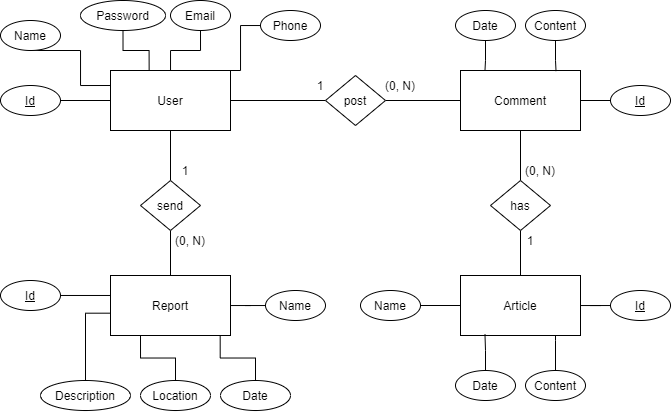
guilhermewerner/ti2 keeps this draw.io diagram as Documentation/DER-Sprint-2.png. Above is the earlier version. Source tidied: cells renumbered, new cells last; positions are measured from the earlier drawing's top-left corner, leaving out a move shared by most shapes.
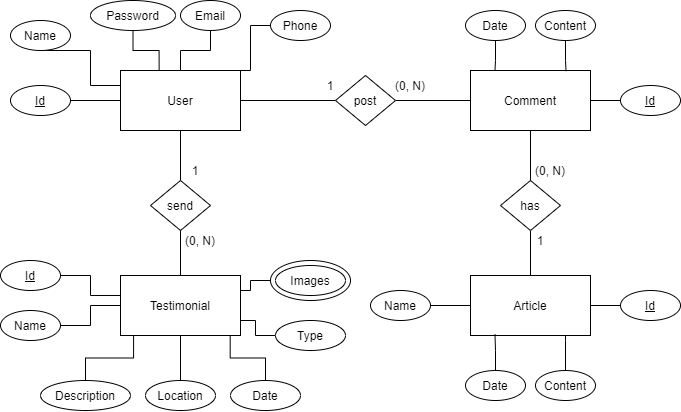
Later version of the same file.

Change to the diagram source:
```diff
@@ -2,13 +2,19 @@
   <root>
     <mxCell id="0" />
     <mxCell id="1" parent="0" />
+    <mxCell id="55" style="edgeStyle=orthogonalEdgeStyle;rounded=0;jettySize=auto;html=1;endArrow=none;endFill=0;entryX=1;entryY=0.25;entryDx=0;entryDy=0;" parent="1" edge="1" source="56" target="4">
+      <mxGeometry relative="1" as="geometry" />
+    </mxCell>
+    <mxCell id="56" style="ellipse;whiteSpace=wrap;html=1;" parent="1" vertex="1">
+      <mxGeometry x="260" y="260" width="80" height="40" as="geometry" />
+    </mxCell>
     <mxCell id="2" value="User" style="rounded=0;whiteSpace=wrap;html=1;" parent="1" vertex="1">
       <mxGeometry x="110" y="70" width="120" height="60" as="geometry" />
     </mxCell>
     <mxCell id="3" value="Comment" style="rounded=0;whiteSpace=wrap;html=1;" parent="1" vertex="1">
       <mxGeometry x="460" y="70" width="120" height="60" as="geometry" />
     </mxCell>
-    <mxCell id="4" value="Report" style="rounded=0;whiteSpace=wrap;html=1;" parent="1" vertex="1">
+    <mxCell id="4" value="Testimonial" style="rounded=0;whiteSpace=wrap;html=1;" parent="1" vertex="1">
       <mxGeometry x="110" y="275" width="120" height="60" as="geometry" />
     </mxCell>
     <mxCell id="5" style="edgeStyle=orthogonalEdgeStyle;rounded=0;jettySize=auto;html=1;entryX=0.5;entryY=1;entryDx=0;entryDy=0;endArrow=none;endFill=0;" parent="1" edge="1" source="6" target="30">
@@ -68,7 +74,7 @@
       <mxGeometry relative="1" as="geometry" />
     </mxCell>
     <mxCell id="20" value="&lt;u&gt;Id&lt;/u&gt;" style="ellipse;whiteSpace=wrap;html=1;" parent="1" vertex="1">
-      <mxGeometry y="280" width="60" height="30" as="geometry" />
+      <mxGeometry x="-10" y="260" width="60" height="30" as="geometry" />
     </mxCell>
     <mxCell id="21" style="edgeStyle=orthogonalEdgeStyle;rounded=0;jettySize=auto;html=1;endArrow=none;endFill=0;" parent="1" edge="1" source="22" target="6">
       <mxGeometry relative="1" as="geometry" />
@@ -141,19 +147,19 @@
       <mxGeometry relative="1" as="geometry" />
     </mxCell>
     <mxCell id="42" value="Name" style="ellipse;whiteSpace=wrap;html=1;" parent="1" vertex="1">
-      <mxGeometry x="265" y="290" width="60" height="30" as="geometry" />
+      <mxGeometry x="-10" y="310" width="60" height="30" as="geometry" />
     </mxCell>
-    <mxCell id="43" style="edgeStyle=orthogonalEdgeStyle;rounded=0;jettySize=auto;html=1;entryX=0;entryY=0.628;entryDx=0;entryDy=0;entryPerimeter=0;endArrow=none;endFill=0;" parent="1" edge="1" source="44" target="4">
+    <mxCell id="43" style="edgeStyle=orthogonalEdgeStyle;rounded=0;jettySize=auto;html=1;entryX=0.109;entryY=0.996;entryDx=0;entryDy=0;entryPerimeter=0;endArrow=none;endFill=0;" parent="1" edge="1" source="44" target="4">
       <mxGeometry relative="1" as="geometry" />
     </mxCell>
     <mxCell id="44" value="Description" style="ellipse;whiteSpace=wrap;html=1;" parent="1" vertex="1">
-      <mxGeometry x="40" y="380" width="90" height="30" as="geometry" />
+      <mxGeometry x="30" y="380" width="90" height="30" as="geometry" />
     </mxCell>
-    <mxCell id="45" style="edgeStyle=orthogonalEdgeStyle;rounded=0;jettySize=auto;html=1;entryX=0.25;entryY=1;entryDx=0;entryDy=0;endArrow=none;endFill=0;" parent="1" edge="1" source="46" target="4">
+    <mxCell id="45" style="edgeStyle=orthogonalEdgeStyle;rounded=0;jettySize=auto;html=1;entryX=0.5;entryY=1;entryDx=0;entryDy=0;endArrow=none;endFill=0;" parent="1" edge="1" source="46" target="4">
       <mxGeometry relative="1" as="geometry" />
     </mxCell>
     <mxCell id="46" value="Location" style="ellipse;whiteSpace=wrap;html=1;" parent="1" vertex="1">
-      <mxGeometry x="140" y="380" width="70" height="30" as="geometry" />
+      <mxGeometry x="135" y="380" width="70" height="30" as="geometry" />
     </mxCell>
     <mxCell id="47" style="edgeStyle=orthogonalEdgeStyle;rounded=0;jettySize=auto;html=1;entryX=0.914;entryY=1.007;entryDx=0;entryDy=0;entryPerimeter=0;endArrow=none;endFill=0;" parent="1" edge="1" source="48" target="4">
       <mxGeometry relative="1" as="geometry" />
@@ -179,5 +185,14 @@
     <mxCell id="54" value="Date" style="ellipse;whiteSpace=wrap;html=1;" parent="1" vertex="1">
       <mxGeometry x="455" y="10" width="60" height="30" as="geometry" />
     </mxCell>
+    <mxCell id="57" value="Images" style="ellipse;whiteSpace=wrap;html=1;" parent="1" vertex="1">
+      <mxGeometry x="265" y="265" width="70" height="30" as="geometry" />
+    </mxCell>
+    <mxCell id="58" style="edgeStyle=orthogonalEdgeStyle;rounded=0;jettySize=auto;html=1;endArrow=none;endFill=0;entryX=1;entryY=0.75;entryDx=0;entryDy=0;" parent="1" edge="1" source="59" target="4">
+      <mxGeometry relative="1" as="geometry" />
+    </mxCell>
+    <mxCell id="59" value="Type" style="ellipse;whiteSpace=wrap;html=1;" parent="1" vertex="1">
+      <mxGeometry x="265" y="320" width="70" height="30" as="geometry" />
+    </mxCell>
   </root>
 </mxGraphModel>
```
